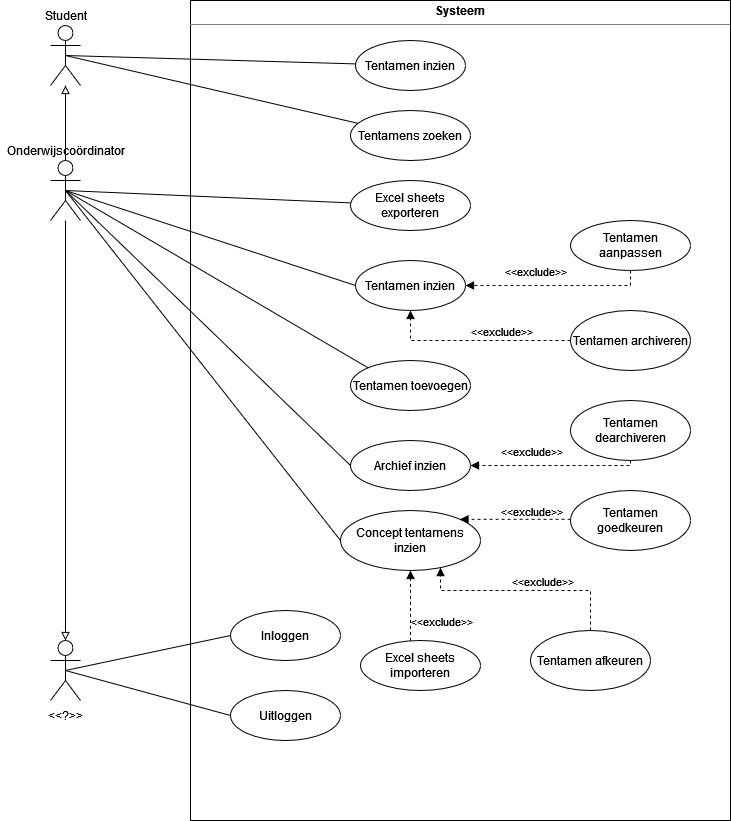
The draw.io diagram docs/modellen/use_case_diagram.drawio.png in HU-SD-V2PRFED-studenten-2122/prfed-2122-team-t, before a commit. Source tidied: cells renumbered, new cells last; positions are measured from the earlier drawing's top-left corner, leaving out a move shared by most shapes.
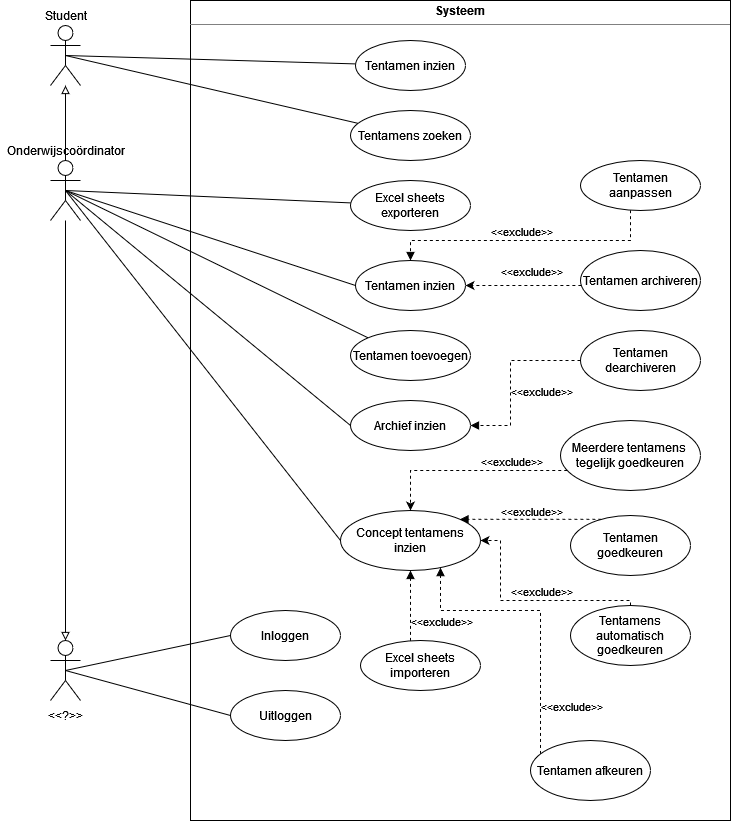
Later version of the same file.

Commit message:
Documentatie bijgewerkt

Change to the diagram source:
```diff
@@ -43,29 +43,35 @@
     <mxCell id="13" value="&lt;div&gt;Excel sheets exporteren&lt;/div&gt;" style="ellipse;whiteSpace=wrap;html=1;" parent="1" vertex="1">
       <mxGeometry x="350" y="180" width="120" height="50" as="geometry" />
     </mxCell>
-    <mxCell id="14" style="edgeStyle=orthogonalEdgeStyle;rounded=0;jettySize=auto;html=1;entryX=0.5;entryY=1;entryDx=0;entryDy=0;endArrow=block;endFill=1;dashed=1;" parent="1" edge="1" source="15" target="38">
-      <mxGeometry relative="1" as="geometry" />
+    <mxCell id="14" style="edgeStyle=orthogonalEdgeStyle;rounded=0;jettySize=auto;html=1;entryX=1;entryY=0.5;entryDx=0;entryDy=0;dashed=1;" parent="1" edge="1" source="15" target="38">
+      <mxGeometry relative="1" as="geometry">
+        <Array as="points">
+          <mxPoint x="550" y="285" />
+          <mxPoint x="550" y="285" />
+        </Array>
+      </mxGeometry>
     </mxCell>
     <mxCell id="15" value="Tentamen archiveren" style="ellipse;whiteSpace=wrap;html=1;" parent="1" vertex="1">
-      <mxGeometry x="570" y="310" width="120" height="60" as="geometry" />
+      <mxGeometry x="580" y="250" width="120" height="60" as="geometry" />
     </mxCell>
     <mxCell id="16" style="edgeStyle=orthogonalEdgeStyle;rounded=0;jettySize=auto;html=1;endArrow=block;endFill=1;dashed=1;" parent="1" edge="1" source="18" target="38">
       <mxGeometry relative="1" as="geometry">
         <Array as="points">
-          <mxPoint x="630" y="285" />
+          <mxPoint x="630" y="240" />
+          <mxPoint x="410" y="240" />
         </Array>
       </mxGeometry>
     </mxCell>
     <mxCell id="17" value="&amp;lt;&amp;lt;exclude&amp;gt;&amp;gt;" style="edgeLabel;html=1;align=center;verticalAlign=middle;" parent="16" vertex="1">
       <mxGeometry x="0.23" y="4" relative="1" as="geometry">
-        <mxPoint y="-19" as="offset" />
+        <mxPoint x="27" y="-14" as="offset" />
       </mxGeometry>
     </mxCell>
     <mxCell id="18" value="Tentamen aanpassen" style="ellipse;whiteSpace=wrap;html=1;" parent="1" vertex="1">
-      <mxGeometry x="570" y="220" width="120" height="50" as="geometry" />
+      <mxGeometry x="580" y="160" width="120" height="50" as="geometry" />
     </mxCell>
     <mxCell id="19" value="Tentamen toevoegen" style="ellipse;whiteSpace=wrap;html=1;" parent="1" vertex="1">
-      <mxGeometry x="350" y="360" width="120" height="50" as="geometry" />
+      <mxGeometry x="350" y="330" width="120" height="50" as="geometry" />
     </mxCell>
     <mxCell id="20" style="endArrow=none;html=1;rounded=0;exitX=0.5;exitY=0.5;exitDx=0;exitDy=0;exitPerimeter=0;endFill=0;" parent="1" edge="1" source="3" target="10">
       <mxGeometry relative="1" as="geometry" />
@@ -85,17 +91,18 @@
     <mxCell id="25" style="edgeStyle=orthogonalEdgeStyle;rounded=0;jettySize=auto;html=1;dashed=1;endArrow=block;endFill=1;" parent="1" edge="1" source="27" target="44">
       <mxGeometry relative="1" as="geometry">
         <Array as="points">
-          <mxPoint x="630" y="465" />
+          <mxPoint x="510" y="360" />
+          <mxPoint x="510" y="425" />
         </Array>
       </mxGeometry>
     </mxCell>
     <mxCell id="26" value="&amp;lt;&amp;lt;exclude&amp;gt;&amp;gt;" style="edgeLabel;html=1;align=center;verticalAlign=middle;" parent="25" vertex="1">
       <mxGeometry x="0.3" y="-3" relative="1" as="geometry">
-        <mxPoint x="2" y="-12" as="offset" />
+        <mxPoint x="33" y="-13" as="offset" />
       </mxGeometry>
     </mxCell>
     <mxCell id="27" value="Tentamen dearchiveren" style="ellipse;whiteSpace=wrap;html=1;" parent="1" vertex="1">
-      <mxGeometry x="570" y="400" width="120" height="60" as="geometry" />
+      <mxGeometry x="580" y="330" width="120" height="60" as="geometry" />
     </mxCell>
     <mxCell id="28" style="edgeStyle=orthogonalEdgeStyle;rounded=0;jettySize=auto;html=1;dashed=1;endArrow=block;endFill=1;entryX=1;entryY=0;entryDx=0;entryDy=0;" parent="1" edge="1" source="29" target="41">
       <mxGeometry relative="1" as="geometry">
@@ -105,23 +112,23 @@
       </mxGeometry>
     </mxCell>
     <mxCell id="29" value="Tentamen goedkeuren" style="ellipse;whiteSpace=wrap;html=1;" parent="1" vertex="1">
-      <mxGeometry x="570" y="490" width="120" height="60" as="geometry" />
+      <mxGeometry x="570" y="515" width="120" height="60" as="geometry" />
     </mxCell>
     <mxCell id="30" style="edgeStyle=orthogonalEdgeStyle;rounded=0;jettySize=auto;html=1;dashed=1;endArrow=block;endFill=1;" parent="1" edge="1" source="32" target="41">
       <mxGeometry relative="1" as="geometry">
         <Array as="points">
-          <mxPoint x="590" y="590" />
-          <mxPoint x="440" y="590" />
+          <mxPoint x="540" y="610" />
+          <mxPoint x="440" y="610" />
         </Array>
       </mxGeometry>
     </mxCell>
     <mxCell id="31" value="&amp;lt;&amp;lt;exclude&amp;gt;&amp;gt;" style="edgeLabel;html=1;align=center;verticalAlign=middle;" parent="30" vertex="1">
       <mxGeometry x="0.06" y="-2" relative="1" as="geometry">
-        <mxPoint x="24" y="-8" as="offset" />
+        <mxPoint x="39" y="97" as="offset" />
       </mxGeometry>
     </mxCell>
     <mxCell id="32" value="Tentamen afkeuren" style="ellipse;whiteSpace=wrap;html=1;" parent="1" vertex="1">
-      <mxGeometry x="530" y="630" width="120" height="60" as="geometry" />
+      <mxGeometry x="530" y="740" width="120" height="60" as="geometry" />
     </mxCell>
     <mxCell id="33" value="Student" style="text;html=1;align=center;verticalAlign=middle;strokeColor=none;fillColor=none;" parent="1" vertex="1">
       <mxGeometry x="35" y="5" width="60" height="20" as="geometry" />
@@ -145,7 +152,7 @@
       <mxGeometry relative="1" as="geometry" />
     </mxCell>
     <mxCell id="40" value="&amp;lt;&amp;lt;exclude&amp;gt;&amp;gt;" style="edgeLabel;html=1;align=center;verticalAlign=middle;" parent="1" vertex="1">
-      <mxGeometry x="500" y="330" as="geometry" />
+      <mxGeometry x="530" y="270" as="geometry" />
     </mxCell>
     <mxCell id="41" value="Concept tentamens inzien" style="ellipse;whiteSpace=wrap;html=1;" parent="1" vertex="1">
       <mxGeometry x="340" y="510" width="140" height="60" as="geometry" />
@@ -157,7 +164,7 @@
       <mxGeometry x="530" y="510" as="geometry" />
     </mxCell>
     <mxCell id="44" value="Archief inzien" style="ellipse;whiteSpace=wrap;html=1;" parent="1" vertex="1">
-      <mxGeometry x="350" y="440" width="120" height="50" as="geometry" />
+      <mxGeometry x="350" y="400" width="120" height="50" as="geometry" />
     </mxCell>
     <mxCell id="45" style="endArrow=none;html=1;rounded=0;exitX=0.5;exitY=0.5;exitDx=0;exitDy=0;exitPerimeter=0;entryX=0;entryY=0.5;entryDx=0;entryDy=0;endFill=0;" parent="1" edge="1" source="6" target="44">
       <mxGeometry relative="1" as="geometry" />
@@ -165,5 +172,33 @@
     <mxCell id="46" value="&amp;lt;&amp;lt;exclude&amp;gt;&amp;gt;" style="edgeLabel;html=1;align=center;verticalAlign=middle;" parent="1" vertex="1">
       <mxGeometry x="440" y="620" as="geometry" />
     </mxCell>
+    <mxCell id="47" style="edgeStyle=orthogonalEdgeStyle;rounded=0;jettySize=auto;html=1;entryX=1;entryY=0.5;entryDx=0;entryDy=0;dashed=1;" parent="1" edge="1" source="48" target="41">
+      <mxGeometry relative="1" as="geometry">
+        <Array as="points">
+          <mxPoint x="630" y="600" />
+          <mxPoint x="500" y="600" />
+          <mxPoint x="500" y="540" />
+        </Array>
+      </mxGeometry>
+    </mxCell>
+    <mxCell id="48" value="Tentamens automatisch goedkeuren" style="ellipse;whiteSpace=wrap;html=1;" parent="1" vertex="1">
+      <mxGeometry x="570" y="605" width="120" height="60" as="geometry" />
+    </mxCell>
+    <mxCell id="49" value="&amp;lt;&amp;lt;exclude&amp;gt;&amp;gt;" style="edgeLabel;html=1;align=center;verticalAlign=middle;" parent="1" vertex="1">
+      <mxGeometry x="540" y="590" as="geometry" />
+    </mxCell>
+    <mxCell id="50" style="edgeStyle=orthogonalEdgeStyle;rounded=0;jettySize=auto;html=1;dashed=1;" parent="1" edge="1" source="51" target="41">
+      <mxGeometry relative="1" as="geometry">
+        <Array as="points">
+          <mxPoint x="410" y="470" />
+        </Array>
+      </mxGeometry>
+    </mxCell>
+    <mxCell id="51" value="Meerdere tentamens&amp;nbsp; tegelijk goedkeuren" style="ellipse;whiteSpace=wrap;html=1;" parent="1" vertex="1">
+      <mxGeometry x="560" y="420" width="140" height="70" as="geometry" />
+    </mxCell>
+    <mxCell id="52" value="&amp;lt;&amp;lt;exclude&amp;gt;&amp;gt;" style="edgeLabel;html=1;align=center;verticalAlign=middle;" parent="1" vertex="1">
+      <mxGeometry x="510" y="460" as="geometry" />
+    </mxCell>
   </root>
 </mxGraphModel>
```
